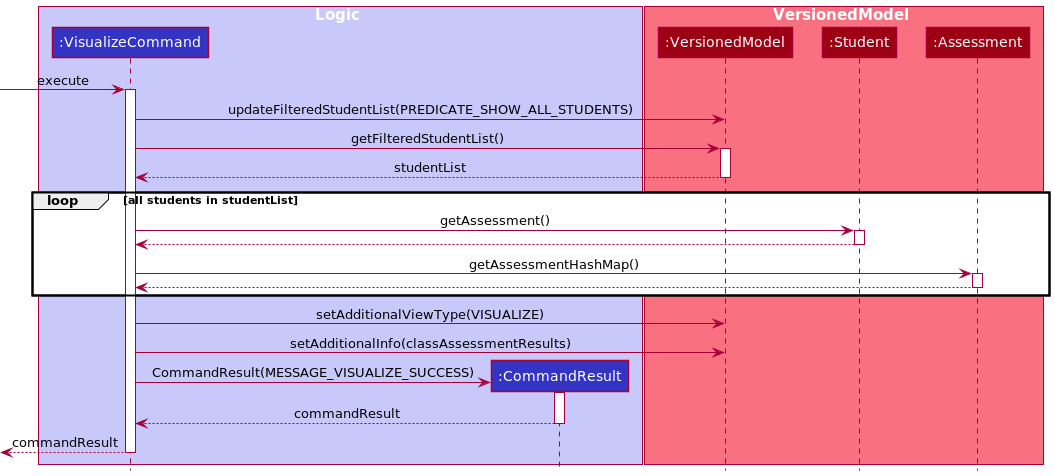
nus-cs2103-AY2122S1/tp keeps this PlantUML diagram as docs/images/dg/logic/commands/visualizecommand/VisualizeCommandSequenceDiagram.png. Above is the earlier version.
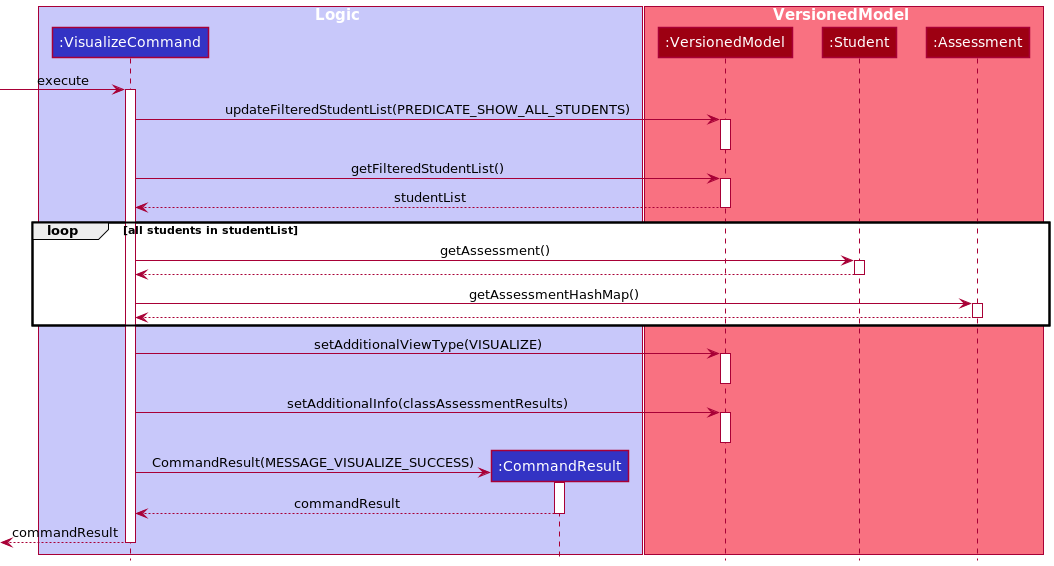
The same diagram one commit later.

Change to the diagram source:
```diff
@@ -13,7 +13,8 @@
 end box
 
 -> vc ++ :execute
-vc -> mm :updateFilteredStudentList(PREDICATE_SHOW_ALL_STUDENTS)
+vc -> mm ++:updateFilteredStudentList(PREDICATE_SHOW_ALL_STUDENTS)
+deactivate
 vc -> mm ++ :getFilteredStudentList()
 return studentList
 loop all students in studentList
@@ -23,8 +24,10 @@
     return
 end
 
-vc -> mm :setAdditionalViewType(VISUALIZE)
-vc -> mm :setAdditionalInfo(classAssessmentResults)
+vc -> mm ++ :setAdditionalViewType(VISUALIZE)
+deactivate
+vc -> mm ++ :setAdditionalInfo(classAssessmentResults)
+deactivate
 
 create result
 vc -> result ++ :CommandResult(MESSAGE_VISUALIZE_SUCCESS)
```
